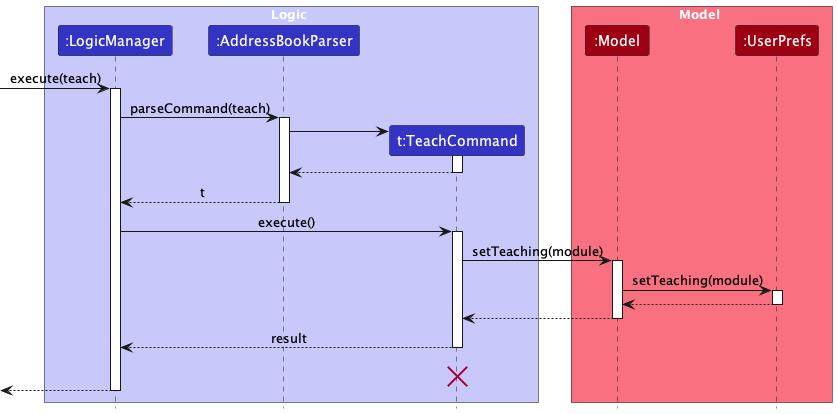
nus-cs2103-AY2324S1/tp keeps this PlantUML diagram as docs/images/TeachingDiagram.png. Above is the earlier version. Its diagram source:
```plantuml
@startuml
!include style.puml
skinparam ArrowFontStyle plain

box Logic LOGIC_COLOR_T1
participant ":LogicManager" as LogicManager LOGIC_COLOR
participant ":AddressBookParser" as AddressBookParser LOGIC_COLOR
participant "t:TeachCommand" as TeachCommand LOGIC_COLOR
end box

box Model MODEL_COLOR_T1
participant ":Model" as Model MODEL_COLOR
participant ":UserPrefs" as UserPrefs MODEL_COLOR
end box
[-> LogicManager : execute(teach)
activate LogicManager

LogicManager -> AddressBookParser : parseCommand(teach)
activate AddressBookParser

create TeachCommand
AddressBookParser -> TeachCommand
activate TeachCommand

TeachCommand --> AddressBookParser
deactivate TeachCommand

AddressBookParser --> LogicManager : t
deactivate AddressBookParser

LogicManager -> TeachCommand : execute()
activate TeachCommand

TeachCommand -> Model : setTeaching(module)
activate Model

Model -> UserPrefs : setTeaching(module)
activate UserPrefs

UserPrefs --> Model :
deactivate UserPrefs

Model --> TeachCommand
deactivate Model

TeachCommand --> LogicManager : result
deactivate TeachCommand
TeachCommand -[hidden]-> LogicManager : result
destroy TeachCommand

[<--LogicManager
deactivate LogicManager
@enduml
```
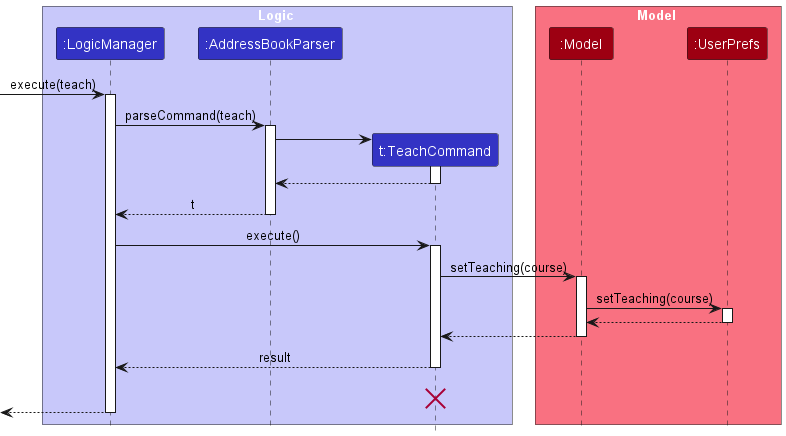
Above is the later version.

Change to the diagram source:
```diff
@@ -31,10 +31,10 @@
 LogicManager -> TeachCommand : execute()
 activate TeachCommand
 
-TeachCommand -> Model : setTeaching(module)
+TeachCommand -> Model : setTeaching(course)
 activate Model
 
-Model -> UserPrefs : setTeaching(module)
+Model -> UserPrefs : setTeaching(course)
 activate UserPrefs
 
 UserPrefs --> Model :
```
